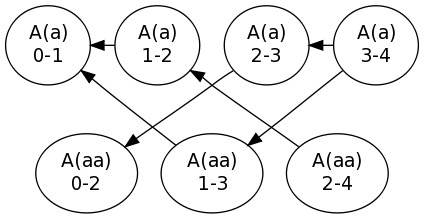
Before: SGLL/doc/a_aa-forest.png, a diagram exported from Graphviz (cwi-swat/sbfgtd). Its source is kept beside it as SGLL/doc/a_aa-forest.dot.
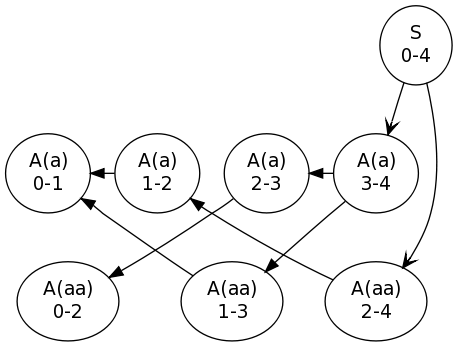
After the change.

What changed in the source:
```diff
@@ -1,13 +1,20 @@
 digraph graphname{
-  "A(a)\n2-3" -> "A(a)\n3-4" [arrowhead="none",arrowtail="normal"]
-  "A(a)\n1-2" -> "A(a)\n2-3" [arrowhead="none",arrowtail="none",style=invisible]
-  "A(a)\n0-1" -> "A(a)\n1-2" [arrowhead="none",arrowtail="normal"]
-  "A(aa)\n0-2" -> "A(aa)\n2-4" [arrowhead="none",arrowtail="none",style=invisible]
-  "A(a)\n1-2" -> "A(aa)\n2-4" [arrowhead="none",arrowtail="normal"]
-  "A(aa)\n1-3" -> "A(a)\n3-4" [arrowhead="none",arrowtail="normal"]
-  "A(a)\n0-1" -> "A(aa)\n1-3" [arrowhead="none",arrowtail="normal"]
-  "A(aa)\n0-2" -> "A(a)\n2-3" [arrowhead="none",arrowtail="normal"]
+  "S\n0-4" -> "A(a)\n3-4" [arrowhead=open]
+  "S\n0-4" -> "A(aa)\n2-4" [arrowhead=open]
+
+  "A(a)\n2-3" -> "A(a)\n3-4" [arrowhead=none,arrowtail=normal]
+  "A(a)\n0-1" -> "A(a)\n1-2" [arrowhead=none,arrowtail=normal]
+  "A(a)\n1-2" -> "A(aa)\n2-4" [arrowhead=none,arrowtail=normal]
+  "A(aa)\n1-3" -> "A(a)\n3-4" [arrowhead=none,arrowtail=normal]
+  "A(a)\n0-1" -> "A(aa)\n1-3" [arrowhead=none,arrowtail=normal]
+  "A(aa)\n0-2" -> "A(a)\n2-3" [arrowhead=none,arrowtail=normal]
+
+  "A(a)\n1-2" -> "A(a)\n2-3" [arrowhead=none,style=invisible]
+  "A(aa)\n1-3" -> "A(aa)\n2-4" [arrowhead=none,style=invisible]
+  "A(aa)\n0-2" -> "A(a)\n0-1" [arrowhead=none,style=invisible]
+  "A(aa)\n2-4" -> "A(a)\n3-4" [arrowhead=none,style=invisible]
 
   {rank=same "A(a)\n0-1" "A(a)\n1-2" "A(a)\n2-3" "A(a)\n3-4"}
   {rank=same "A(aa)\n0-2" "A(aa)\n1-3" "A(aa)\n2-4"}
+  {rank=min "S\n0-4"}
 }
```
